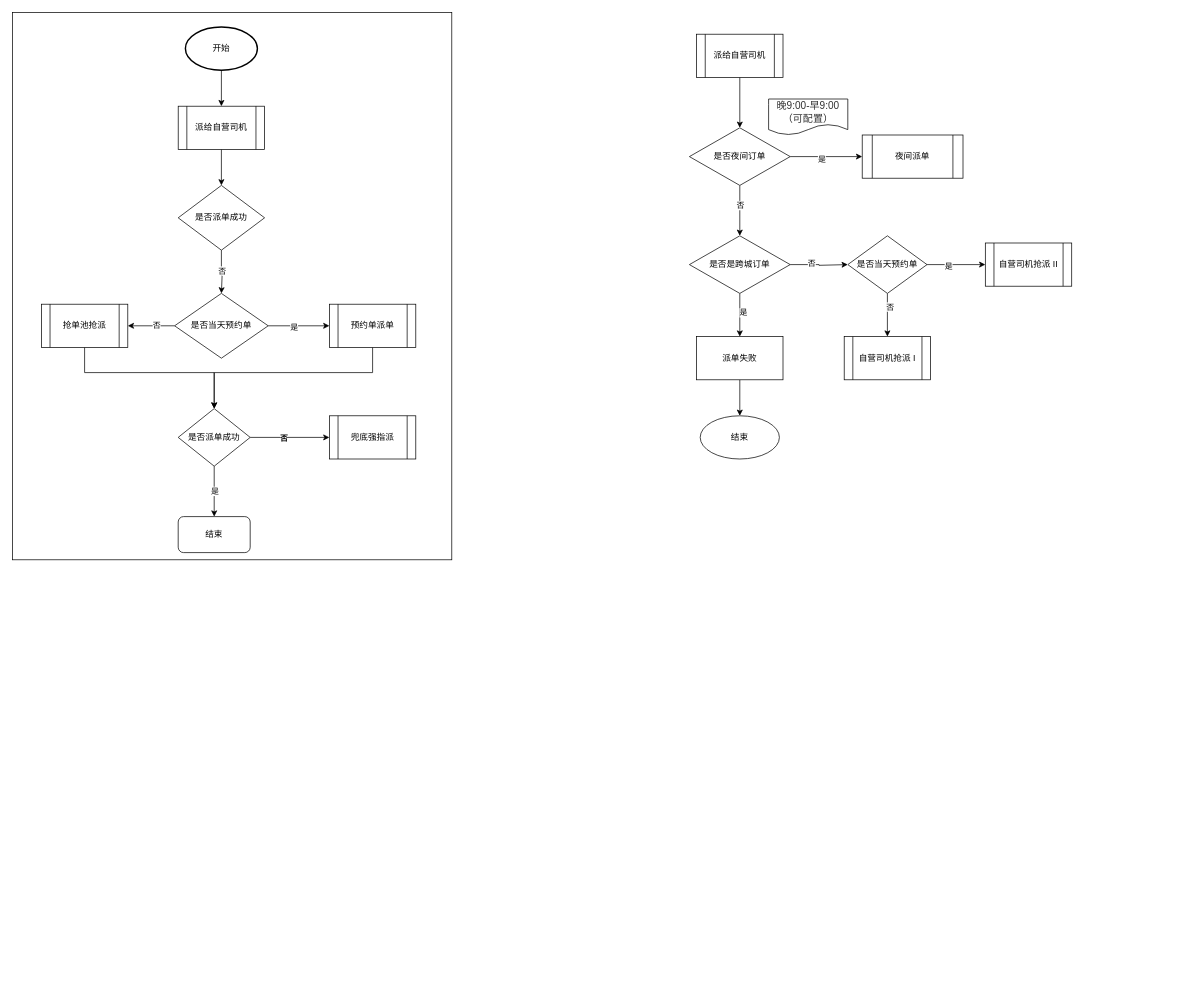
The draw.io diagram 搬家系统派单V1流程.drawio in jumpbyte/businessflow, before the edit. Source tidied: cells renumbered, new cells numbered last; positions are measured from the earlier drawing's top-left corner, leaving out a move shared by most shapes. Both pictures are drawn from the tidied source at 72%, with x=0, y=0 at pixel (12, 12).
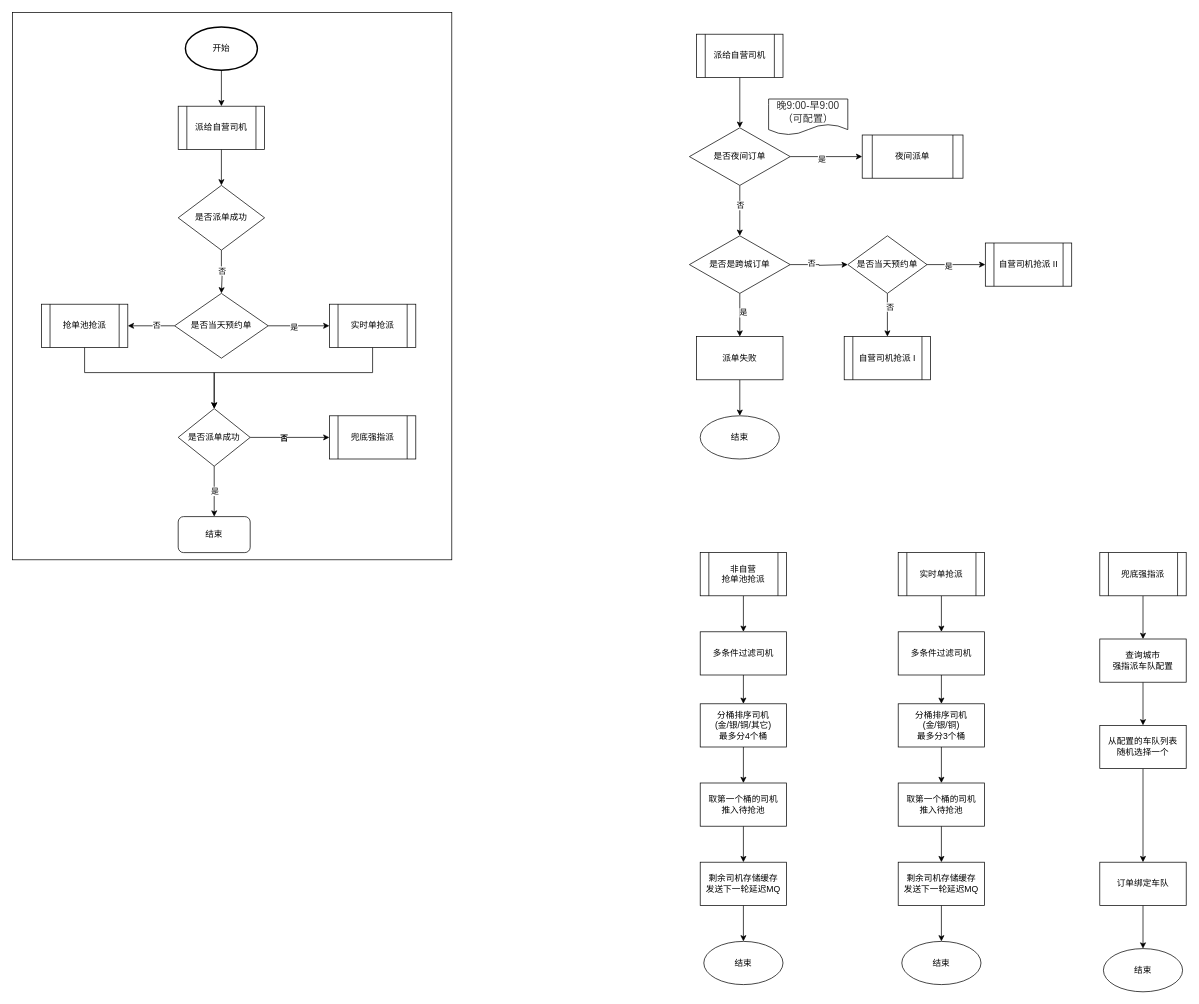
After the change.

Commit message:
更新搬家系统派单V1流程.drawio

What changed in the source:
```diff
@@
-    <mxCell id="16" value="预约单派单" style="shape=process;whiteSpace=wrap;html=1;backgroundOutline=1;" parent="1" vertex="1">
+    <mxCell id="16" value="实时单抢派" style="shape=process;whiteSpace=wrap;html=1;backgroundOutline=1;" parent="1" vertex="1">
       <mxGeometry x="440" y="405" width="120" height="60" as="geometry" />
     </mxCell>
@@
+    <mxCell id="50" style="edgeStyle=orthogonalEdgeStyle;rounded=0;jettySize=auto;html=1;entryX=0.5;entryY=0;entryDx=0;entryDy=0;" parent="1" edge="1" source="51" target="53">
+      <mxGeometry relative="1" as="geometry" />
+    </mxCell>
+    <mxCell id="51" value="非自营&lt;div&gt;抢单池抢派&lt;/div&gt;" style="shape=process;whiteSpace=wrap;html=1;backgroundOutline=1;" parent="1" vertex="1">
+      <mxGeometry x="955" y="750" width="120" height="60" as="geometry" />
+    </mxCell>
+    <mxCell id="52" style="edgeStyle=orthogonalEdgeStyle;rounded=0;jettySize=auto;html=1;" parent="1" edge="1" source="53" target="55">
+      <mxGeometry relative="1" as="geometry" />
+    </mxCell>
+    <mxCell id="53" value="多条件过滤司机" style="whiteSpace=wrap;html=1;" parent="1" vertex="1">
+      <mxGeometry x="955" y="860" width="120" height="60" as="geometry" />
+    </mxCell>
+    <mxCell id="54" style="edgeStyle=orthogonalEdgeStyle;rounded=0;jettySize=auto;html=1;" parent="1" edge="1" source="55" target="57">
+      <mxGeometry relative="1" as="geometry" />
+    </mxCell>
+    <mxCell id="55" value="分桶排序司机&lt;div&gt;(金/银/铜/其它)&lt;div&gt;最多分4个桶&lt;/div&gt;&lt;/div&gt;" style="whiteSpace=wrap;html=1;" parent="1" vertex="1">
+      <mxGeometry x="955" y="960" width="120" height="60" as="geometry" />
+    </mxCell>
+    <mxCell id="56" style="edgeStyle=orthogonalEdgeStyle;rounded=0;jettySize=auto;html=1;" parent="1" edge="1" source="57" target="59">
+      <mxGeometry relative="1" as="geometry" />
+    </mxCell>
+    <mxCell id="57" value="取第一个桶的司机&lt;div&gt;推入待抢池&lt;/div&gt;" style="whiteSpace=wrap;html=1;" parent="1" vertex="1">
+      <mxGeometry x="955" y="1070" width="120" height="60" as="geometry" />
+    </mxCell>
+    <mxCell id="58" style="edgeStyle=orthogonalEdgeStyle;rounded=0;jettySize=auto;html=1;entryX=0.5;entryY=0;entryDx=0;entryDy=0;" parent="1" edge="1" source="59" target="60">
+      <mxGeometry relative="1" as="geometry" />
+    </mxCell>
+    <mxCell id="59" value="剩余司机存储缓存&lt;div&gt;发送下一轮延迟MQ&lt;/div&gt;" style="whiteSpace=wrap;html=1;" parent="1" vertex="1">
+      <mxGeometry x="955" y="1180" width="120" height="60" as="geometry" />
+    </mxCell>
+    <mxCell id="60" value="结束" style="ellipse;whiteSpace=wrap;html=1;" parent="1" vertex="1">
+      <mxGeometry x="960" y="1290" width="110" height="60" as="geometry" />
+    </mxCell>
+    <mxCell id="61" style="edgeStyle=orthogonalEdgeStyle;rounded=0;jettySize=auto;html=1;entryX=0.5;entryY=0;entryDx=0;entryDy=0;" parent="1" edge="1" source="62" target="64">
+      <mxGeometry relative="1" as="geometry" />
+    </mxCell>
+    <mxCell id="62" value="实时单抢派" style="shape=process;whiteSpace=wrap;html=1;backgroundOutline=1;" parent="1" vertex="1">
+      <mxGeometry x="1230" y="750" width="120" height="60" as="geometry" />
+    </mxCell>
+    <mxCell id="63" style="edgeStyle=orthogonalEdgeStyle;rounded=0;jettySize=auto;html=1;" parent="1" edge="1" source="64" target="66">
+      <mxGeometry relative="1" as="geometry" />
+    </mxCell>
+    <mxCell id="64" value="多条件过滤司机" style="whiteSpace=wrap;html=1;" parent="1" vertex="1">
+      <mxGeometry x="1230" y="860" width="120" height="60" as="geometry" />
+    </mxCell>
+    <mxCell id="65" style="edgeStyle=orthogonalEdgeStyle;rounded=0;jettySize=auto;html=1;" parent="1" edge="1" source="66" target="68">
+      <mxGeometry relative="1" as="geometry" />
+    </mxCell>
+    <mxCell id="66" value="分桶排序司机&lt;div&gt;(金/银/铜)&lt;div&gt;最多分3个桶&lt;/div&gt;&lt;/div&gt;" style="whiteSpace=wrap;html=1;" parent="1" vertex="1">
+      <mxGeometry x="1230" y="960" width="120" height="60" as="geometry" />
+    </mxCell>
+    <mxCell id="67" style="edgeStyle=orthogonalEdgeStyle;rounded=0;jettySize=auto;html=1;" parent="1" edge="1" source="68" target="70">
+      <mxGeometry relative="1" as="geometry" />
+    </mxCell>
+    <mxCell id="68" value="取第一个桶的司机&lt;div&gt;推入待抢池&lt;/div&gt;" style="whiteSpace=wrap;html=1;" parent="1" vertex="1">
+      <mxGeometry x="1230" y="1070" width="120" height="60" as="geometry" />
+    </mxCell>
+    <mxCell id="69" style="edgeStyle=orthogonalEdgeStyle;rounded=0;jettySize=auto;html=1;entryX=0.5;entryY=0;entryDx=0;entryDy=0;" parent="1" edge="1" source="70" target="71">
+      <mxGeometry relative="1" as="geometry" />
+    </mxCell>
+    <mxCell id="70" value="剩余司机存储缓存&lt;div&gt;发送下一轮延迟MQ&lt;/div&gt;" style="whiteSpace=wrap;html=1;" parent="1" vertex="1">
+      <mxGeometry x="1230" y="1180" width="120" height="60" as="geometry" />
+    </mxCell>
+    <mxCell id="71" value="结束" style="ellipse;whiteSpace=wrap;html=1;" parent="1" vertex="1">
+      <mxGeometry x="1235" y="1290" width="110" height="60" as="geometry" />
+    </mxCell>
+    <mxCell id="72" style="edgeStyle=orthogonalEdgeStyle;rounded=0;jettySize=auto;html=1;" parent="1" edge="1" source="73" target="75">
+      <mxGeometry relative="1" as="geometry" />
+    </mxCell>
+    <mxCell id="73" value="兜底强指派" style="shape=process;whiteSpace=wrap;html=1;backgroundOutline=1;" parent="1" vertex="1">
+      <mxGeometry x="1510" y="750" width="120" height="60" as="geometry" />
+    </mxCell>
+    <mxCell id="74" style="edgeStyle=orthogonalEdgeStyle;rounded=0;jettySize=auto;html=1;" parent="1" edge="1" source="75" target="77">
+      <mxGeometry relative="1" as="geometry" />
+    </mxCell>
+    <mxCell id="75" value="查询城市&lt;div&gt;强指派车队配置&lt;/div&gt;" style="whiteSpace=wrap;html=1;" parent="1" vertex="1">
+      <mxGeometry x="1510" y="870" width="120" height="60" as="geometry" />
+    </mxCell>
+    <mxCell id="76" style="edgeStyle=orthogonalEdgeStyle;rounded=0;jettySize=auto;html=1;" parent="1" edge="1" source="77" target="79">
+      <mxGeometry relative="1" as="geometry" />
+    </mxCell>
+    <mxCell id="77" value="从配置的车队列表&lt;div&gt;随机选择一个&lt;/div&gt;" style="whiteSpace=wrap;html=1;" parent="1" vertex="1">
+      <mxGeometry x="1510" y="990" width="120" height="60" as="geometry" />
+    </mxCell>
+    <mxCell id="78" style="edgeStyle=orthogonalEdgeStyle;rounded=0;jettySize=auto;html=1;entryX=0.5;entryY=0;entryDx=0;entryDy=0;" parent="1" edge="1" source="79" target="80">
+      <mxGeometry relative="1" as="geometry" />
+    </mxCell>
+    <mxCell id="79" value="订单绑定车队" style="whiteSpace=wrap;html=1;" parent="1" vertex="1">
+      <mxGeometry x="1510" y="1180" width="120" height="60" as="geometry" />
+    </mxCell>
+    <mxCell id="80" value="结束" style="ellipse;whiteSpace=wrap;html=1;" parent="1" vertex="1">
+      <mxGeometry x="1515" y="1300" width="110" height="60" as="geometry" />
+    </mxCell>
```
